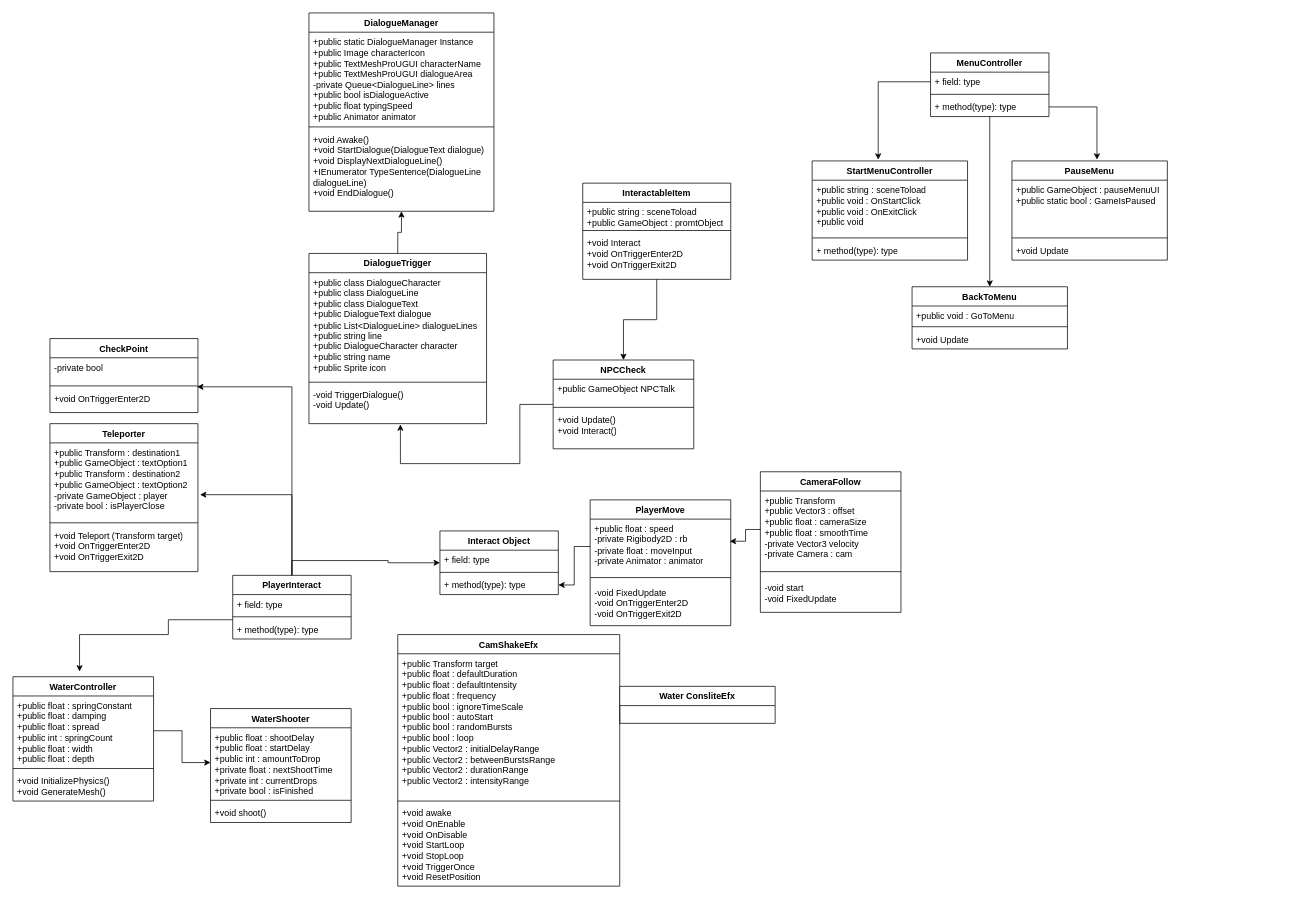
Before: skibidi Diagram.drawio in Blindman2233/ForDiagram, a draw.io diagram. Source tidied: cells renumbered, new cells numbered last; positions are measured from the earlier drawing's top-left corner, leaving out a move shared by most shapes. Both pictures are drawn from the tidied source at 74%, with x=0, y=0 at pixel (13, 13).
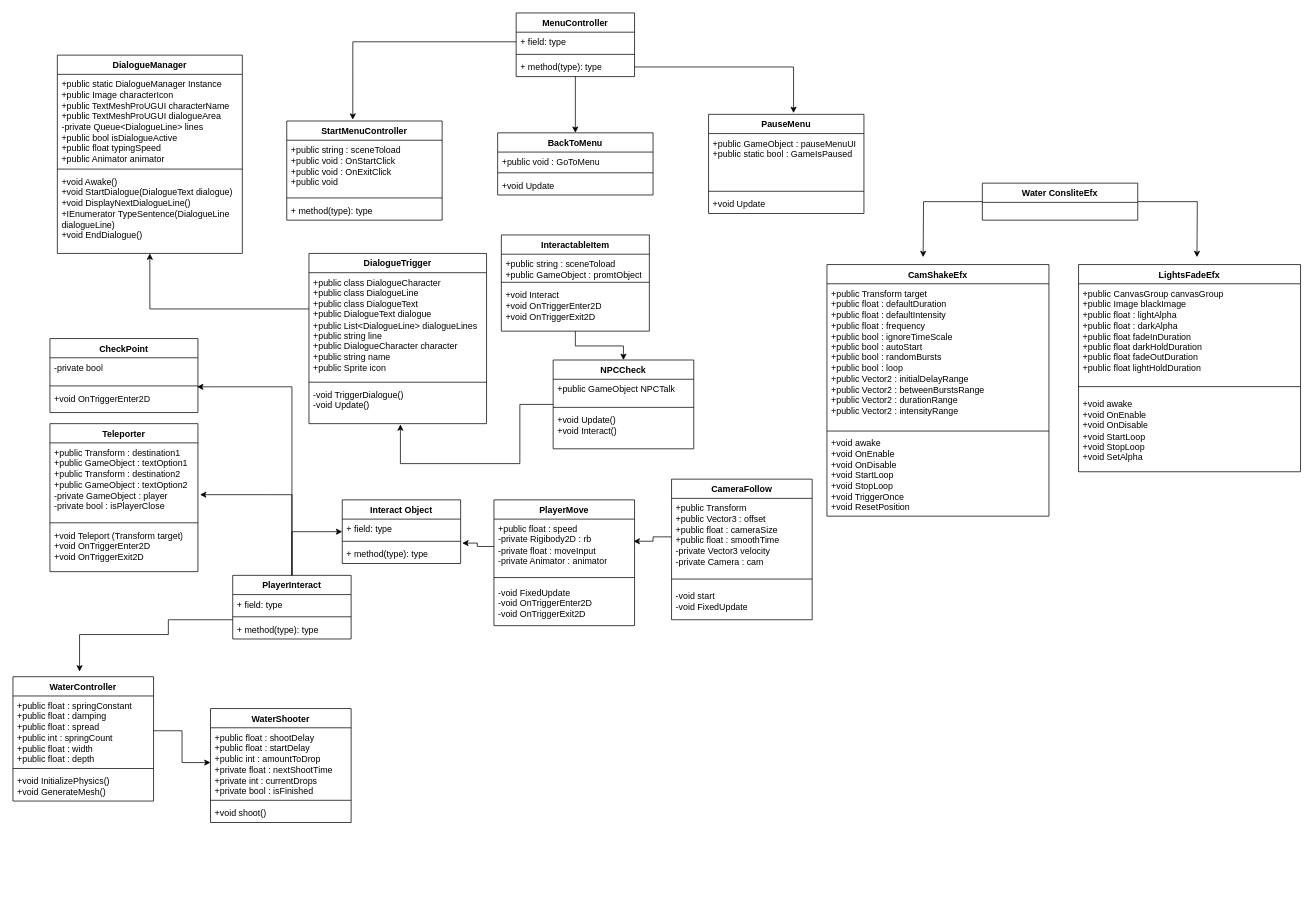
The same page after the edit.

Unchanged cells that the change refers to:
```xml
<mxCell id="8" value="PlayerInteract" style="swimlane;fontStyle=1;align=center;verticalAlign=top;horizontal=1;startSize=26;whiteSpace=wrap;html=1;" parent="1" vertex="1">
  <mxGeometry x="297" y="760" width="160" height="86" as="geometry" />
</mxCell>
<mxCell id="15" value="+ method(type): type" style="text;strokeColor=none;fillColor=none;align=left;verticalAlign=top;spacingLeft=4;spacingRight=4;overflow=hidden;points=[[0,0.5],[1,0.5]];portConstraint=eastwest;whiteSpace=wrap;html=1;" parent="12" vertex="1">
  <mxGeometry y="60" width="160" height="26" as="geometry" />
</mxCell>
<mxCell id="25" value="DialogueTrigger&lt;div&gt;&lt;br&gt;&lt;/div&gt;" style="swimlane;fontStyle=1;align=center;verticalAlign=top;horizontal=1;startSize=26;whiteSpace=wrap;html=1;" parent="1" vertex="1">
  <mxGeometry x="400" y="325" width="240" height="230" as="geometry" />
</mxCell>
<mxCell id="30" value="+public float : speed&lt;div&gt;-private Rigibody2D : rb&lt;/div&gt;&lt;div&gt;-private float : moveInput&lt;/div&gt;&lt;div&gt;-private Animator : animator&lt;/div&gt;&lt;div&gt;&lt;br&gt;&lt;/div&gt;" style="text;strokeColor=none;fillColor=none;align=left;verticalAlign=top;spacingLeft=4;spacingRight=4;overflow=hidden;points=[[0,0.5],[1,0.5]];portConstraint=eastwest;whiteSpace=wrap;html=1;" parent="29" vertex="1">
  <mxGeometry y="26" width="190" height="74" as="geometry" />
</mxCell>
```

Diff of the diagram source:
```diff
@@
+    <mxCell id="7" style="edgeStyle=orthogonalEdgeStyle;rounded=0;jettySize=auto;html=1;" parent="1" edge="1" source="8">
+      <mxGeometry relative="1" as="geometry">
+        <mxPoint x="90" y="890" as="targetPoint" />
+        <Array as="points">
+          <mxPoint x="210" y="820" />
+          <mxPoint x="210" y="840" />
+          <mxPoint x="90" y="840" />
+        </Array>
+      </mxGeometry>
+    </mxCell>
-    <mxCell id="6" style="edgeStyle=orthogonalEdgeStyle;rounded=0;jettySize=auto;html=1;" parent="1" edge="1" source="8" target="12">
-      <mxGeometry relative="1" as="geometry">
-        <Array as="points">
-          <mxPoint x="377" y="740" />
-          <mxPoint x="507" y="740" />
-          <mxPoint x="507" y="743" />
-        </Array>
-      </mxGeometry>
+    <mxCell id="6" style="edgeStyle=orthogonalEdgeStyle;rounded=0;jettySize=auto;html=1;entryX=0;entryY=0.5;entryDx=0;entryDy=0;" parent="1" edge="1" source="8" target="12">
+      <mxGeometry relative="1" as="geometry" />
     </mxCell>
-    <mxCell id="7" style="edgeStyle=orthogonalEdgeStyle;rounded=0;jettySize=auto;html=1;" parent="1" edge="1" source="8">
-      <mxGeometry relative="1" as="geometry">
-        <mxPoint x="90" y="890" as="targetPoint" />
-        <Array as="points">
-          <mxPoint x="210" y="820" />
-          <mxPoint x="210" y="840" />
-          <mxPoint x="90" y="840" />
-        </Array>
-      </mxGeometry>
-    </mxCell>
@@
     <mxCell id="12" value="Interact Object" style="swimlane;fontStyle=1;align=center;verticalAlign=top;horizontal=1;startSize=26;whiteSpace=wrap;html=1;" parent="1" vertex="1">
-      <mxGeometry x="577" y="700" width="160" height="86" as="geometry" />
+      <mxGeometry x="445" y="658" width="160" height="86" as="geometry" />
     </mxCell>
@@
     <mxCell id="16" value="DialogueManager" style="swimlane;fontStyle=1;align=center;verticalAlign=top;horizontal=1;startSize=26;whiteSpace=wrap;html=1;" parent="1" vertex="1">
-      <mxGeometry x="400" width="250" height="268" as="geometry" />
+      <mxGeometry x="60" y="57" width="250" height="268" as="geometry" />
     </mxCell>
@@
     <mxCell id="24" style="edgeStyle=orthogonalEdgeStyle;rounded=0;jettySize=auto;html=1;entryX=0.5;entryY=1;entryDx=0;entryDy=0;" parent="1" edge="1" source="25" target="16">
-      <mxGeometry relative="1" as="geometry" />
+      <mxGeometry relative="1" as="geometry">
+        <Array as="points">
+          <mxPoint x="185" y="400" />
+        </Array>
+      </mxGeometry>
     </mxCell>
@@
     <mxCell id="29" value="PlayerMove" style="swimlane;fontStyle=1;align=center;verticalAlign=top;horizontal=1;startSize=26;whiteSpace=wrap;html=1;" parent="1" vertex="1">
-      <mxGeometry x="780" y="658" width="190" height="170" as="geometry" />
+      <mxGeometry x="650" y="658" width="190" height="170" as="geometry" />
     </mxCell>
@@
     <mxCell id="42" value="InteractableItem" style="swimlane;fontStyle=1;align=center;verticalAlign=top;horizontal=1;startSize=26;whiteSpace=wrap;html=1;" parent="1" vertex="1">
-      <mxGeometry x="770" y="230" width="200" height="130" as="geometry" />
+      <mxGeometry x="660" y="300" width="200" height="130" as="geometry" />
     </mxCell>
@@
     <mxCell id="46" value="CameraFollow" style="swimlane;fontStyle=1;align=center;verticalAlign=top;horizontal=1;startSize=26;whiteSpace=wrap;html=1;" parent="1" vertex="1">
-      <mxGeometry x="1010" y="620" width="190" height="190" as="geometry" />
+      <mxGeometry x="890" y="630" width="190" height="190" as="geometry" />
     </mxCell>
@@
     <mxCell id="51" value="MenuController" style="swimlane;fontStyle=1;align=center;verticalAlign=top;horizontal=1;startSize=26;whiteSpace=wrap;html=1;" parent="1" vertex="1">
-      <mxGeometry x="1240" y="54" width="160" height="86" as="geometry" />
+      <mxGeometry x="680" width="160" height="86" as="geometry" />
     </mxCell>
@@
     <mxCell id="55" value="StartMenuController" style="swimlane;fontStyle=1;align=center;verticalAlign=top;horizontal=1;startSize=26;whiteSpace=wrap;html=1;" parent="1" vertex="1">
-      <mxGeometry x="1080" y="200" width="210" height="134" as="geometry" />
+      <mxGeometry x="370" y="146" width="210" height="134" as="geometry" />
     </mxCell>
@@
     <mxCell id="59" value="PauseMenu" style="swimlane;fontStyle=1;align=center;verticalAlign=top;horizontal=1;startSize=26;whiteSpace=wrap;html=1;" parent="1" vertex="1">
-      <mxGeometry x="1350" y="200" width="210" height="134" as="geometry" />
+      <mxGeometry x="940" y="137" width="210" height="134" as="geometry" />
     </mxCell>
@@
     <mxCell id="63" value="BackToMenu" style="swimlane;fontStyle=1;align=center;verticalAlign=top;horizontal=1;startSize=26;whiteSpace=wrap;html=1;" parent="1" vertex="1">
-      <mxGeometry x="1215" y="370" width="210" height="84" as="geometry" />
+      <mxGeometry x="655" y="162" width="210" height="84" as="geometry" />
     </mxCell>
@@
-    <mxCell id="77" style="edgeStyle=orthogonalEdgeStyle;rounded=0;jettySize=auto;html=1;" parent="1" edge="1" source="30" target="15">
+    <mxCell id="77" style="edgeStyle=orthogonalEdgeStyle;rounded=0;jettySize=auto;html=1;entryX=1.013;entryY=-0.062;entryDx=0;entryDy=0;entryPerimeter=0;" parent="1" edge="1" source="30" target="15">
       <mxGeometry relative="1" as="geometry" />
     </mxCell>
@@
     <mxCell id="79" value="CamShakeEfx" style="swimlane;fontStyle=1;align=center;verticalAlign=top;horizontal=1;startSize=26;whiteSpace=wrap;html=1;" parent="1" vertex="1">
-      <mxGeometry x="520" y="840" width="300" height="340" as="geometry" />
+      <mxGeometry x="1100" y="340" width="300" height="340" as="geometry" />
     </mxCell>
@@
+    <mxCell id="84" style="edgeStyle=orthogonalEdgeStyle;rounded=0;jettySize=auto;html=1;" parent="1" edge="1" source="83">
+      <mxGeometry relative="1" as="geometry">
+        <mxPoint x="1230" y="330" as="targetPoint" />
+      </mxGeometry>
+    </mxCell>
+    <mxCell id="85" style="edgeStyle=orthogonalEdgeStyle;rounded=0;jettySize=auto;html=1;" parent="1" edge="1" source="83">
+      <mxGeometry relative="1" as="geometry">
+        <mxPoint x="1600" y="330" as="targetPoint" />
+      </mxGeometry>
+    </mxCell>
     <mxCell id="83" value="Water ConsliteEfx" style="swimlane;fontStyle=1;align=center;verticalAlign=top;horizontal=1;startSize=26;whiteSpace=wrap;html=1;" parent="1" vertex="1">
-      <mxGeometry x="820" y="910" width="210" height="50" as="geometry" />
+      <mxGeometry x="1310" y="230" width="210" height="50" as="geometry" />
     </mxCell>
+    <mxCell id="86" value="LightsFadeEfx" style="swimlane;fontStyle=1;align=center;verticalAlign=top;horizontal=1;startSize=26;whiteSpace=wrap;html=1;" parent="1" vertex="1">
+      <mxGeometry x="1440" y="340" width="300" height="280" as="geometry" />
+    </mxCell>
+    <mxCell id="87" value="+&lt;span style=&quot;background-color: transparent;&quot;&gt;public CanvasGroup canvasGroup&lt;/span&gt;&lt;div&gt;+public Image blackImage&lt;/div&gt;&lt;div&gt;+public float : lightAlpha&lt;/div&gt;&lt;div&gt;+public float : darkAlpha&lt;/div&gt;&lt;div&gt;+&lt;span style=&quot;background-color: transparent;&quot;&gt;public float fadeInDuration&lt;/span&gt;&lt;/div&gt;&lt;div&gt;+public float darkHoldDuration&lt;/div&gt;&lt;div&gt;+public float fadeOutDuration&lt;/div&gt;&lt;div&gt;+public float lightHoldDuration&amp;nbsp;&lt;/div&gt;" style="text;strokeColor=none;fillColor=none;align=left;verticalAlign=top;spacingLeft=4;spacingRight=4;overflow=hidden;whiteSpace=wrap;html=1;" parent="86" vertex="1">
+      <mxGeometry y="26" width="300" height="134" as="geometry" />
+    </mxCell>
+    <mxCell id="88" style="line;strokeWidth=1;fillColor=none;align=left;verticalAlign=middle;spacingTop=-1;spacingLeft=3;spacingRight=3;labelPosition=right;strokeColor=inherit;" parent="86" vertex="1">
+      <mxGeometry y="160" width="300" height="10" as="geometry" />
+    </mxCell>
+    <mxCell id="89" value="+void awake&lt;div&gt;+void OnEnable&lt;br&gt;+void OnDisable&lt;/div&gt;&lt;div&gt;+void StartLoop&lt;/div&gt;&lt;div&gt;+void StopLoop&lt;/div&gt;&lt;div&gt;+void SetAlpha&lt;/div&gt;" style="text;strokeColor=none;fillColor=none;align=left;verticalAlign=middle;spacingLeft=4;spacingRight=4;overflow=hidden;whiteSpace=wrap;html=1;" parent="86" vertex="1">
+      <mxGeometry y="170" width="300" height="110" as="geometry" />
+    </mxCell>
```
